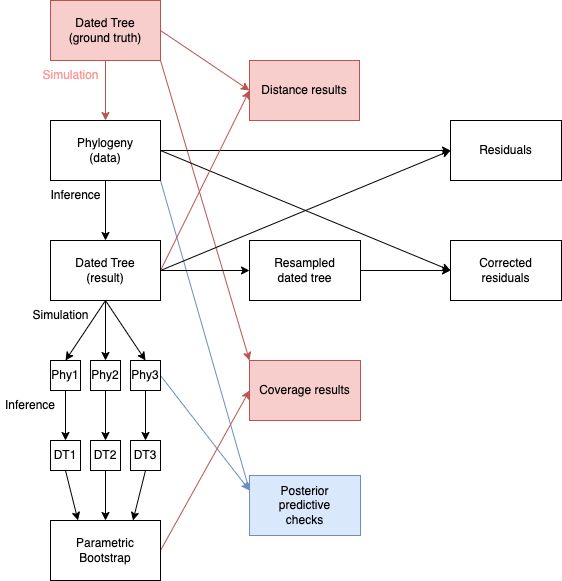
Above: draft/flowchart.png in xavierdidelot/DiagnoDating (draw.io), before the change. Source tidied: cells renumbered, new cells last; positions are measured from the earlier drawing's top-left corner, leaving out a move shared by most shapes. The source it was exported from:
```xml
<mxGraphModel>
  <root>
    <mxCell id="0" />
    <mxCell id="1" parent="0" />
    <mxCell id="2" style="edgeStyle=orthogonalEdgeStyle;rounded=0;jettySize=auto;html=1;exitX=0.5;exitY=1;exitDx=0;exitDy=0;entryX=0.5;entryY=0;entryDx=0;entryDy=0;fillColor=#f8cecc;strokeColor=#b85450;" parent="1" edge="1" source="4" target="9">
      <mxGeometry relative="1" as="geometry" />
    </mxCell>
    <mxCell id="3" style="rounded=0;jettySize=auto;html=1;exitX=1;exitY=1;exitDx=0;exitDy=0;entryX=0;entryY=0;entryDx=0;entryDy=0;fillColor=#f8cecc;strokeColor=#b85450;" parent="1" edge="1" source="4" target="38">
      <mxGeometry relative="1" as="geometry" />
    </mxCell>
    <mxCell id="4" value="Dated Tree&lt;div&gt;(ground truth)&lt;/div&gt;" style="rounded=0;whiteSpace=wrap;html=1;fillColor=#f8cecc;strokeColor=#b85450;" parent="1" vertex="1">
      <mxGeometry x="50" width="110" height="60" as="geometry" />
    </mxCell>
    <mxCell id="5" style="edgeStyle=orthogonalEdgeStyle;rounded=0;jettySize=auto;html=1;exitX=0.5;exitY=1;exitDx=0;exitDy=0;entryX=0.5;entryY=0;entryDx=0;entryDy=0;" parent="1" edge="1" source="9" target="13">
      <mxGeometry relative="1" as="geometry" />
    </mxCell>
    <mxCell id="6" style="rounded=0;jettySize=auto;html=1;exitX=1;exitY=0.5;exitDx=0;exitDy=0;entryX=0;entryY=0.5;entryDx=0;entryDy=0;" parent="1" edge="1" source="9" target="39">
      <mxGeometry relative="1" as="geometry" />
    </mxCell>
    <mxCell id="7" style="rounded=0;jettySize=auto;html=1;exitX=1;exitY=1;exitDx=0;exitDy=0;entryX=0;entryY=0.25;entryDx=0;entryDy=0;fillColor=#dae8fc;strokeColor=#6c8ebf;" parent="1" edge="1" source="9" target="40">
      <mxGeometry relative="1" as="geometry" />
    </mxCell>
    <mxCell id="8" style="rounded=0;jettySize=auto;html=1;exitX=1;exitY=0.5;exitDx=0;exitDy=0;entryX=0;entryY=0.5;entryDx=0;entryDy=0;" parent="1" edge="1" source="9" target="43">
      <mxGeometry relative="1" as="geometry" />
    </mxCell>
    <mxCell id="9" value="Phylogeny&lt;br&gt;(data)" style="rounded=0;whiteSpace=wrap;html=1;" parent="1" vertex="1">
      <mxGeometry x="50" y="120" width="110" height="60" as="geometry" />
    </mxCell>
    <mxCell id="10" style="rounded=0;jettySize=auto;html=1;exitX=1;exitY=0.5;exitDx=0;exitDy=0;entryX=0;entryY=0.5;entryDx=0;entryDy=0;fillColor=#f8cecc;strokeColor=#b85450;" parent="1" edge="1" source="13" target="37">
      <mxGeometry relative="1" as="geometry" />
    </mxCell>
    <mxCell id="11" style="rounded=0;jettySize=auto;html=1;exitX=1;exitY=0.5;exitDx=0;exitDy=0;entryX=0;entryY=0.5;entryDx=0;entryDy=0;" parent="1" edge="1" source="13" target="39">
      <mxGeometry relative="1" as="geometry" />
    </mxCell>
    <mxCell id="12" style="rounded=1;jettySize=auto;html=1;exitX=1;exitY=0.5;exitDx=0;exitDy=0;entryX=0;entryY=0.5;entryDx=0;entryDy=0;" parent="1" edge="1" source="13" target="42">
      <mxGeometry relative="1" as="geometry" />
    </mxCell>
    <mxCell id="13" value="Dated Tree&lt;br&gt;(result)" style="rounded=0;whiteSpace=wrap;html=1;" parent="1" vertex="1">
      <mxGeometry x="50" y="240" width="110" height="60" as="geometry" />
    </mxCell>
    <mxCell id="14" value="Inference" style="text;html=1;align=center;verticalAlign=middle;strokeColor=none;fillColor=none;" parent="1" vertex="1">
      <mxGeometry x="40" y="180" width="70" height="30" as="geometry" />
    </mxCell>
    <mxCell id="15" value="Simulation" style="text;html=1;align=center;verticalAlign=middle;strokeColor=none;fillColor=none;fontColor=#FF9999;" parent="1" vertex="1">
      <mxGeometry x="30" y="60" width="80" height="30" as="geometry" />
    </mxCell>
    <mxCell id="16" style="edgeStyle=orthogonalEdgeStyle;rounded=0;jettySize=auto;html=1;exitX=0.5;exitY=1;exitDx=0;exitDy=0;" parent="1" edge="1" source="17" target="27">
      <mxGeometry relative="1" as="geometry" />
    </mxCell>
    <mxCell id="17" value="Phy1" style="rounded=0;whiteSpace=wrap;html=1;" parent="1" vertex="1">
      <mxGeometry x="50" y="360" width="30" height="30" as="geometry" />
    </mxCell>
    <mxCell id="18" style="edgeStyle=orthogonalEdgeStyle;rounded=0;jettySize=auto;html=1;exitX=0.5;exitY=1;exitDx=0;exitDy=0;entryX=0.5;entryY=0;entryDx=0;entryDy=0;" parent="1" edge="1" source="19" target="28">
      <mxGeometry relative="1" as="geometry" />
    </mxCell>
    <mxCell id="19" value="Phy2" style="rounded=0;whiteSpace=wrap;html=1;" parent="1" vertex="1">
      <mxGeometry x="90" y="360" width="30" height="30" as="geometry" />
    </mxCell>
    <mxCell id="20" style="edgeStyle=orthogonalEdgeStyle;rounded=0;jettySize=auto;html=1;exitX=0.5;exitY=1;exitDx=0;exitDy=0;entryX=0.5;entryY=0;entryDx=0;entryDy=0;" parent="1" edge="1" source="22" target="29">
      <mxGeometry relative="1" as="geometry" />
    </mxCell>
    <mxCell id="21" style="rounded=0;jettySize=auto;html=1;exitX=1;exitY=0.5;exitDx=0;exitDy=0;entryX=0;entryY=0.25;entryDx=0;entryDy=0;fillColor=#dae8fc;strokeColor=#6c8ebf;" parent="1" edge="1" source="22" target="40">
      <mxGeometry relative="1" as="geometry" />
    </mxCell>
    <mxCell id="22" value="Phy3" style="rounded=0;whiteSpace=wrap;html=1;" parent="1" vertex="1">
      <mxGeometry x="130" y="360" width="30" height="30" as="geometry" />
    </mxCell>
    <mxCell id="23" style="edgeStyle=none;jettySize=auto;html=1;rounded=0;entryX=0.5;entryY=0;entryDx=0;entryDy=0;exitX=0.5;exitY=1;exitDx=0;exitDy=0;" parent="1" edge="1" source="13" target="17">
      <mxGeometry relative="1" as="geometry" />
    </mxCell>
    <mxCell id="24" style="edgeStyle=none;jettySize=auto;html=1;rounded=0;exitX=0.5;exitY=1;exitDx=0;exitDy=0;entryX=0.5;entryY=0;entryDx=0;entryDy=0;" parent="1" edge="1" source="13" target="19">
      <mxGeometry relative="1" as="geometry" />
    </mxCell>
    <mxCell id="25" style="edgeStyle=none;jettySize=auto;html=1;rounded=0;exitX=0.5;exitY=1;exitDx=0;exitDy=0;entryX=0.5;entryY=0;entryDx=0;entryDy=0;" parent="1" edge="1" source="13" target="22">
      <mxGeometry relative="1" as="geometry" />
    </mxCell>
    <mxCell id="26" value="Simulation" style="text;html=1;align=center;verticalAlign=middle;strokeColor=none;fillColor=none;" parent="1" vertex="1">
      <mxGeometry x="20" y="300" width="80" height="30" as="geometry" />
    </mxCell>
    <mxCell id="27" value="DT1" style="rounded=0;whiteSpace=wrap;html=1;" parent="1" vertex="1">
      <mxGeometry x="50" y="440" width="30" height="30" as="geometry" />
    </mxCell>
    <mxCell id="28" value="DT2" style="rounded=0;whiteSpace=wrap;html=1;" parent="1" vertex="1">
      <mxGeometry x="90" y="440" width="30" height="30" as="geometry" />
    </mxCell>
    <mxCell id="29" value="DT3" style="rounded=0;whiteSpace=wrap;html=1;" parent="1" vertex="1">
      <mxGeometry x="130" y="440" width="30" height="30" as="geometry" />
    </mxCell>
    <mxCell id="30" value="Inference" style="text;html=1;align=center;verticalAlign=middle;whiteSpace=wrap;rounded=0;" parent="1" vertex="1">
      <mxGeometry y="390" width="60" height="30" as="geometry" />
    </mxCell>
    <mxCell id="31" style="rounded=0;jettySize=auto;html=1;exitX=1;exitY=0.5;exitDx=0;exitDy=0;entryX=0;entryY=0.5;entryDx=0;entryDy=0;fillColor=#f8cecc;strokeColor=#b85450;" parent="1" edge="1" source="32" target="38">
      <mxGeometry relative="1" as="geometry" />
    </mxCell>
    <mxCell id="32" value="Parametric&lt;br&gt;Bootstrap" style="rounded=0;whiteSpace=wrap;html=1;" parent="1" vertex="1">
      <mxGeometry x="50" y="520" width="110" height="60" as="geometry" />
    </mxCell>
    <mxCell id="33" style="edgeStyle=none;jettySize=auto;html=1;rounded=0;exitX=0.5;exitY=1;exitDx=0;exitDy=0;entryX=0.25;entryY=0;entryDx=0;entryDy=0;" parent="1" edge="1" source="27" target="32">
      <mxGeometry relative="1" as="geometry" />
    </mxCell>
    <mxCell id="34" style="edgeStyle=none;jettySize=auto;html=1;rounded=0;exitX=0.5;exitY=1;exitDx=0;exitDy=0;entryX=0.5;entryY=0;entryDx=0;entryDy=0;" parent="1" edge="1" source="28" target="32">
      <mxGeometry relative="1" as="geometry" />
    </mxCell>
    <mxCell id="35" style="edgeStyle=none;jettySize=auto;html=1;rounded=0;exitX=0.5;exitY=1;exitDx=0;exitDy=0;entryX=0.75;entryY=0;entryDx=0;entryDy=0;" parent="1" edge="1" source="29" target="32">
      <mxGeometry relative="1" as="geometry" />
    </mxCell>
    <mxCell id="36" style="endArrow=classic;html=1;rounded=0;exitX=1;exitY=0.5;exitDx=0;exitDy=0;entryX=0;entryY=0.5;entryDx=0;entryDy=0;fillColor=#f8cecc;strokeColor=#b85450;" parent="1" edge="1" source="4" target="37">
      <mxGeometry relative="1" as="geometry" />
    </mxCell>
    <mxCell id="37" value="Distance results" style="rounded=0;whiteSpace=wrap;html=1;fillColor=#f8cecc;strokeColor=#b85450;" parent="1" vertex="1">
      <mxGeometry x="249" y="60" width="110" height="60" as="geometry" />
    </mxCell>
    <mxCell id="38" value="Coverage results" style="rounded=0;whiteSpace=wrap;html=1;fillColor=#f8cecc;strokeColor=#b85450;" parent="1" vertex="1">
      <mxGeometry x="249" y="360" width="111" height="60" as="geometry" />
    </mxCell>
    <mxCell id="39" value="Residuals" style="rounded=0;whiteSpace=wrap;html=1;" parent="1" vertex="1">
      <mxGeometry x="450" y="120" width="111" height="60" as="geometry" />
    </mxCell>
    <mxCell id="40" value="Posterior&lt;br&gt;predictive&lt;br&gt;checks" style="rounded=0;whiteSpace=wrap;html=1;fillColor=#dae8fc;strokeColor=#6c8ebf;" parent="1" vertex="1">
      <mxGeometry x="249" y="475" width="111" height="60" as="geometry" />
    </mxCell>
    <mxCell id="41" style="rounded=0;jettySize=auto;html=1;exitX=1;exitY=0.5;exitDx=0;exitDy=0;entryX=0;entryY=0.5;entryDx=0;entryDy=0;" parent="1" edge="1" source="42" target="43">
      <mxGeometry relative="1" as="geometry" />
    </mxCell>
    <mxCell id="42" value="Resampled&lt;br&gt;dated tree" style="rounded=0;whiteSpace=wrap;html=1;" parent="1" vertex="1">
      <mxGeometry x="249" y="240" width="111" height="60" as="geometry" />
    </mxCell>
    <mxCell id="43" value="Corrected&lt;br&gt;residuals" style="rounded=0;whiteSpace=wrap;html=1;" parent="1" vertex="1">
      <mxGeometry x="450" y="240" width="111" height="60" as="geometry" />
    </mxCell>
  </root>
</mxGraphModel>
```
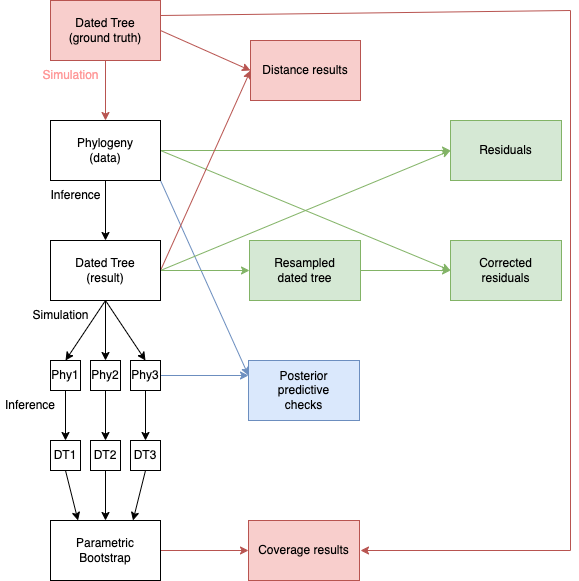
After the change.

Diff of the diagram source:
```diff
@@ -5,8 +5,14 @@
     <mxCell id="2" style="edgeStyle=orthogonalEdgeStyle;rounded=0;jettySize=auto;html=1;exitX=0.5;exitY=1;exitDx=0;exitDy=0;entryX=0.5;entryY=0;entryDx=0;entryDy=0;fillColor=#f8cecc;strokeColor=#b85450;" parent="1" edge="1" source="4" target="9">
       <mxGeometry relative="1" as="geometry" />
     </mxCell>
-    <mxCell id="3" style="rounded=0;jettySize=auto;html=1;exitX=1;exitY=1;exitDx=0;exitDy=0;entryX=0;entryY=0;entryDx=0;entryDy=0;fillColor=#f8cecc;strokeColor=#b85450;" parent="1" edge="1" source="4" target="38">
-      <mxGeometry relative="1" as="geometry" />
+    <mxCell id="3" style="rounded=0;jettySize=auto;html=1;fillColor=#f8cecc;strokeColor=#b85450;exitX=1;exitY=0.25;exitDx=0;exitDy=0;" parent="1" edge="1" source="4">
+      <mxGeometry relative="1" as="geometry">
+        <mxPoint x="360" y="550" as="targetPoint" />
+        <Array as="points">
+          <mxPoint x="570" y="10" />
+          <mxPoint x="570" y="550" />
+        </Array>
+      </mxGeometry>
     </mxCell>
     <mxCell id="4" value="Dated Tree&lt;div&gt;(ground truth)&lt;/div&gt;" style="rounded=0;whiteSpace=wrap;html=1;fillColor=#f8cecc;strokeColor=#b85450;" parent="1" vertex="1">
       <mxGeometry x="50" width="110" height="60" as="geometry" />
@@ -14,13 +20,13 @@
     <mxCell id="5" style="edgeStyle=orthogonalEdgeStyle;rounded=0;jettySize=auto;html=1;exitX=0.5;exitY=1;exitDx=0;exitDy=0;entryX=0.5;entryY=0;entryDx=0;entryDy=0;" parent="1" edge="1" source="9" target="13">
       <mxGeometry relative="1" as="geometry" />
     </mxCell>
-    <mxCell id="6" style="rounded=0;jettySize=auto;html=1;exitX=1;exitY=0.5;exitDx=0;exitDy=0;entryX=0;entryY=0.5;entryDx=0;entryDy=0;" parent="1" edge="1" source="9" target="39">
+    <mxCell id="6" style="rounded=0;jettySize=auto;html=1;exitX=1;exitY=0.5;exitDx=0;exitDy=0;entryX=0;entryY=0.5;entryDx=0;entryDy=0;fillColor=#d5e8d4;strokeColor=#82b366;" parent="1" edge="1" source="9" target="39">
       <mxGeometry relative="1" as="geometry" />
     </mxCell>
     <mxCell id="7" style="rounded=0;jettySize=auto;html=1;exitX=1;exitY=1;exitDx=0;exitDy=0;entryX=0;entryY=0.25;entryDx=0;entryDy=0;fillColor=#dae8fc;strokeColor=#6c8ebf;" parent="1" edge="1" source="9" target="40">
       <mxGeometry relative="1" as="geometry" />
     </mxCell>
-    <mxCell id="8" style="rounded=0;jettySize=auto;html=1;exitX=1;exitY=0.5;exitDx=0;exitDy=0;entryX=0;entryY=0.5;entryDx=0;entryDy=0;" parent="1" edge="1" source="9" target="43">
+    <mxCell id="8" style="rounded=0;jettySize=auto;html=1;exitX=1;exitY=0.5;exitDx=0;exitDy=0;entryX=0;entryY=0.5;entryDx=0;entryDy=0;fillColor=#d5e8d4;strokeColor=#82b366;" parent="1" edge="1" source="9" target="43">
       <mxGeometry relative="1" as="geometry" />
     </mxCell>
     <mxCell id="9" value="Phylogeny&lt;br&gt;(data)" style="rounded=0;whiteSpace=wrap;html=1;" parent="1" vertex="1">
@@ -29,10 +35,10 @@
     <mxCell id="10" style="rounded=0;jettySize=auto;html=1;exitX=1;exitY=0.5;exitDx=0;exitDy=0;entryX=0;entryY=0.5;entryDx=0;entryDy=0;fillColor=#f8cecc;strokeColor=#b85450;" parent="1" edge="1" source="13" target="37">
       <mxGeometry relative="1" as="geometry" />
     </mxCell>
-    <mxCell id="11" style="rounded=0;jettySize=auto;html=1;exitX=1;exitY=0.5;exitDx=0;exitDy=0;entryX=0;entryY=0.5;entryDx=0;entryDy=0;" parent="1" edge="1" source="13" target="39">
+    <mxCell id="11" style="rounded=0;jettySize=auto;html=1;exitX=1;exitY=0.5;exitDx=0;exitDy=0;entryX=0;entryY=0.5;entryDx=0;entryDy=0;fillColor=#d5e8d4;strokeColor=#82b366;" parent="1" edge="1" source="13" target="39">
       <mxGeometry relative="1" as="geometry" />
     </mxCell>
-    <mxCell id="12" style="rounded=1;jettySize=auto;html=1;exitX=1;exitY=0.5;exitDx=0;exitDy=0;entryX=0;entryY=0.5;entryDx=0;entryDy=0;" parent="1" edge="1" source="13" target="42">
+    <mxCell id="12" style="rounded=1;jettySize=auto;html=1;exitX=1;exitY=0.5;exitDx=0;exitDy=0;entryX=0;entryY=0.5;entryDx=0;entryDy=0;fillColor=#d5e8d4;strokeColor=#82b366;" parent="1" edge="1" source="13" target="42">
       <mxGeometry relative="1" as="geometry" />
     </mxCell>
     <mxCell id="13" value="Dated Tree&lt;br&gt;(result)" style="rounded=0;whiteSpace=wrap;html=1;" parent="1" vertex="1">
@@ -108,24 +114,24 @@
       <mxGeometry relative="1" as="geometry" />
     </mxCell>
     <mxCell id="37" value="Distance results" style="rounded=0;whiteSpace=wrap;html=1;fillColor=#f8cecc;strokeColor=#b85450;" parent="1" vertex="1">
-      <mxGeometry x="249" y="60" width="110" height="60" as="geometry" />
+      <mxGeometry x="250" y="40" width="110" height="60" as="geometry" />
     </mxCell>
     <mxCell id="38" value="Coverage results" style="rounded=0;whiteSpace=wrap;html=1;fillColor=#f8cecc;strokeColor=#b85450;" parent="1" vertex="1">
-      <mxGeometry x="249" y="360" width="111" height="60" as="geometry" />
+      <mxGeometry x="248" y="520" width="111" height="60" as="geometry" />
     </mxCell>
-    <mxCell id="39" value="Residuals" style="rounded=0;whiteSpace=wrap;html=1;" parent="1" vertex="1">
+    <mxCell id="39" value="Residuals" style="rounded=0;whiteSpace=wrap;html=1;fillColor=#d5e8d4;strokeColor=#82b366;" parent="1" vertex="1">
       <mxGeometry x="450" y="120" width="111" height="60" as="geometry" />
     </mxCell>
     <mxCell id="40" value="Posterior&lt;br&gt;predictive&lt;br&gt;checks" style="rounded=0;whiteSpace=wrap;html=1;fillColor=#dae8fc;strokeColor=#6c8ebf;" parent="1" vertex="1">
-      <mxGeometry x="249" y="475" width="111" height="60" as="geometry" />
+      <mxGeometry x="248" y="360" width="111" height="60" as="geometry" />
     </mxCell>
-    <mxCell id="41" style="rounded=0;jettySize=auto;html=1;exitX=1;exitY=0.5;exitDx=0;exitDy=0;entryX=0;entryY=0.5;entryDx=0;entryDy=0;" parent="1" edge="1" source="42" target="43">
+    <mxCell id="41" style="rounded=0;jettySize=auto;html=1;exitX=1;exitY=0.5;exitDx=0;exitDy=0;entryX=0;entryY=0.5;entryDx=0;entryDy=0;fillColor=#d5e8d4;strokeColor=#82b366;" parent="1" edge="1" source="42" target="43">
       <mxGeometry relative="1" as="geometry" />
     </mxCell>
-    <mxCell id="42" value="Resampled&lt;br&gt;dated tree" style="rounded=0;whiteSpace=wrap;html=1;" parent="1" vertex="1">
+    <mxCell id="42" value="Resampled&lt;br&gt;dated tree" style="rounded=0;whiteSpace=wrap;html=1;fillColor=#d5e8d4;strokeColor=#82b366;" parent="1" vertex="1">
       <mxGeometry x="249" y="240" width="111" height="60" as="geometry" />
     </mxCell>
-    <mxCell id="43" value="Corrected&lt;br&gt;residuals" style="rounded=0;whiteSpace=wrap;html=1;" parent="1" vertex="1">
+    <mxCell id="43" value="Corrected&lt;br&gt;residuals" style="rounded=0;whiteSpace=wrap;html=1;fillColor=#d5e8d4;strokeColor=#82b366;" parent="1" vertex="1">
       <mxGeometry x="450" y="240" width="111" height="60" as="geometry" />
     </mxCell>
   </root>
```
